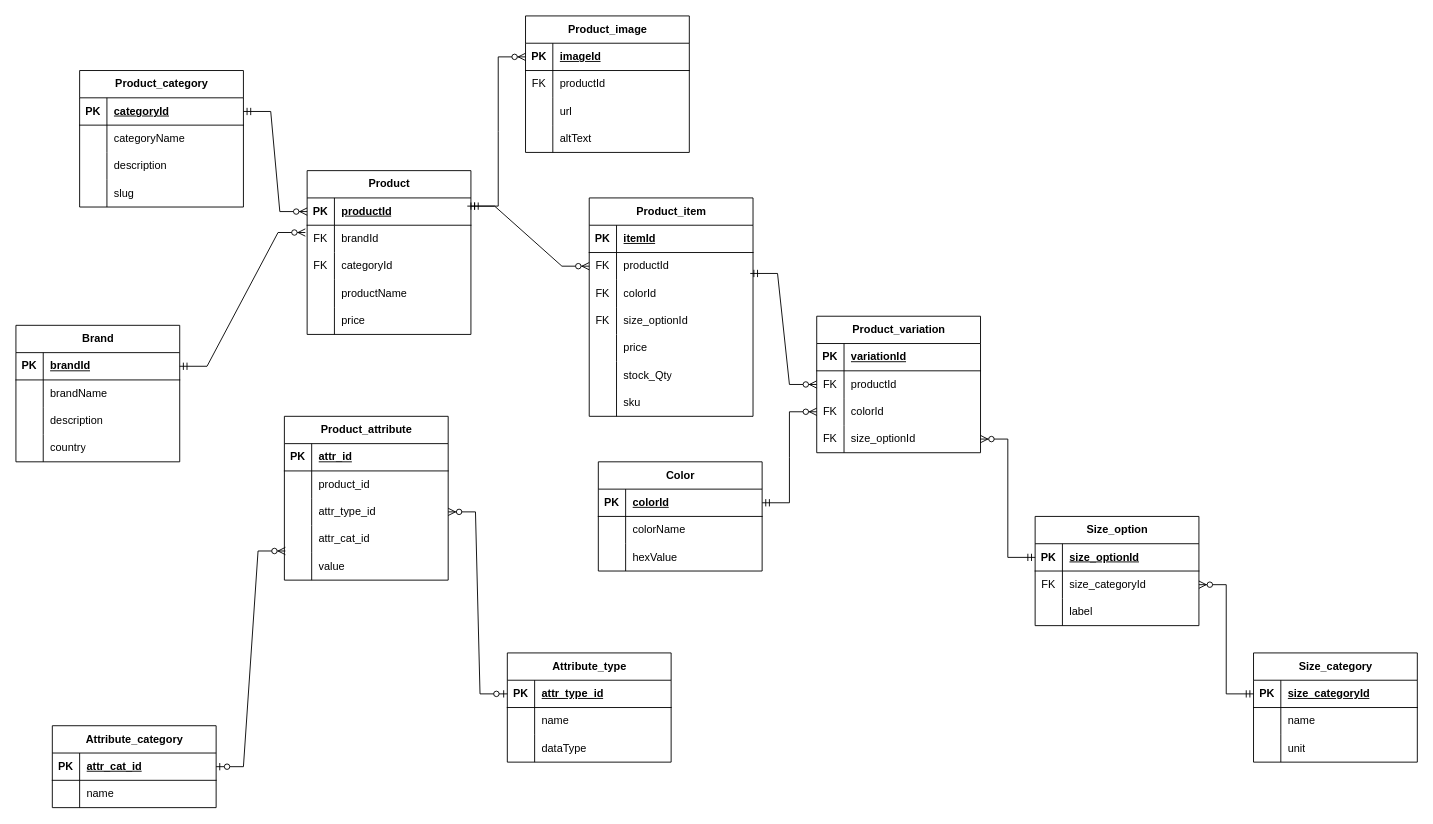
The draw.io diagram ecommerce-ERD.drawio in priscillanzula/Ecommerce-Db, before the edit. Source tidied: cells renumbered, new cells numbered last; positions are measured from the earlier drawing's top-left corner, leaving out a move shared by most shapes. Both pictures are drawn from the tidied source at 91%, with x=0, y=0 at pixel (15, 15).
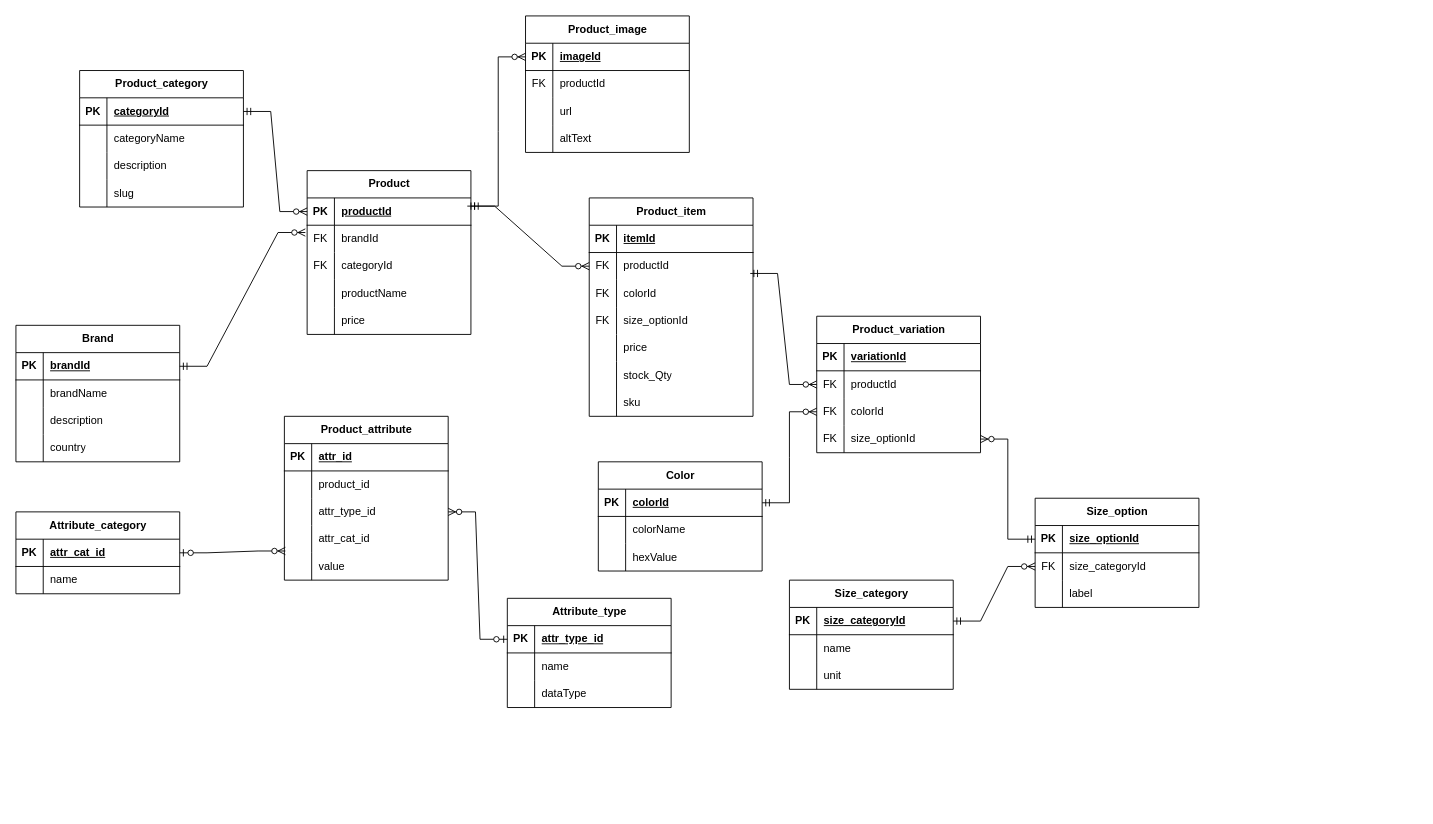
After the change.

The change refers to these unchanged cells:
```xml
<mxCell id="3" style="shape=tableRow;horizontal=0;startSize=0;swimlaneHead=0;swimlaneBody=0;fillColor=none;points=[[0,0.5],[1,0.5]];portConstraint=eastwest;top=0;left=0;right=0;bottom=1;" parent="2" vertex="1">
  <mxGeometry y="30" width="180" height="30" as="geometry" />
</mxCell>
<mxCell id="81" style="shape=tableRow;horizontal=0;startSize=0;swimlaneHead=0;swimlaneBody=0;fillColor=none;points=[[0,0.5],[1,0.5]];portConstraint=eastwest;top=0;left=0;right=0;bottom=0;" parent="77" vertex="1">
  <mxGeometry y="60" width="180" height="30" as="geometry" />
</mxCell>
```

What changed in the source:
```diff
@@
     <mxCell id="2" value="Size_category" style="shape=table;startSize=30;childLayout=tableLayout;rowLines=0;fontStyle=1;align=center;html=1;" parent="1" vertex="1">
-      <mxGeometry x="1360" y="700" width="180" height="120" as="geometry" />
+      <mxGeometry x="850" y="620" width="180" height="120" as="geometry" />
     </mxCell>
@@
     <mxCell id="77" value="Size_option" style="shape=table;startSize=30;childLayout=tableLayout;rowLines=0;fontStyle=1;align=center;html=1;" parent="1" vertex="1">
-      <mxGeometry x="1120" y="550" width="180" height="120" as="geometry" />
+      <mxGeometry x="1120" y="530" width="180" height="120" as="geometry" />
     </mxCell>
@@
     <mxCell id="138" value="Attribute_type" style="shape=table;startSize=30;childLayout=tableLayout;rowLines=0;fontStyle=1;align=center;html=1;" parent="1" vertex="1">
-      <mxGeometry x="540" y="700" width="180" height="120" as="geometry" />
+      <mxGeometry x="540" y="640" width="180" height="120" as="geometry" />
     </mxCell>
@@
     <mxCell id="148" value="Attribute_category" style="shape=table;startSize=30;childLayout=tableLayout;rowLines=0;fontStyle=1;align=center;html=1;" parent="1" vertex="1">
-      <mxGeometry x="40" y="780" width="180" height="90" as="geometry" />
+      <mxGeometry y="545" width="180" height="90" as="geometry" />
     </mxCell>
@@
-    <mxCell id="161" style="edgeStyle=entityRelationEdgeStyle;fontSize=12;html=1;endArrow=ERzeroToMany;startArrow=ERmandOne;rounded=0;entryX=1;entryY=0.5;entryDx=0;entryDy=0;exitX=0;exitY=0.5;exitDx=0;exitDy=0;" parent="1" edge="1" source="3" target="81">
+    <mxCell id="161" style="edgeStyle=entityRelationEdgeStyle;fontSize=12;html=1;endArrow=ERzeroToMany;startArrow=ERmandOne;rounded=0;entryX=0;entryY=0.5;entryDx=0;entryDy=0;exitX=1;exitY=0.5;exitDx=0;exitDy=0;" parent="1" edge="1" source="3" target="81">
       <mxGeometry relative="1" as="geometry" />
     </mxCell>
```
